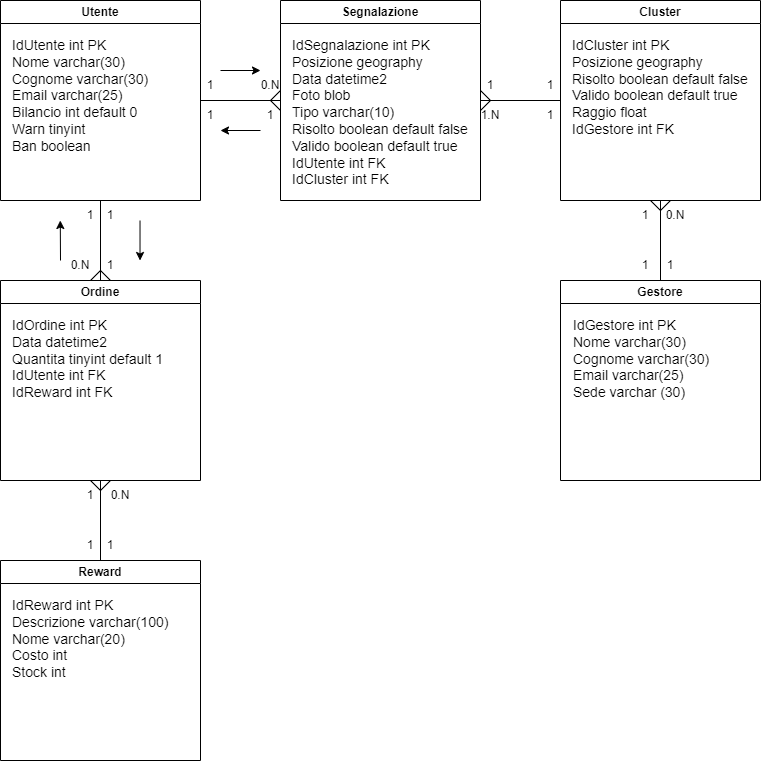
Above: Materiale Progettazione/DiagrammaER/ModelloER.png in Gruppo-IS44/Comune-Pulito-bead80e0 (draw.io), before the change. Source tidied: cells renumbered, new cells last; positions are measured from the earlier drawing's top-left corner, leaving out a move shared by most shapes.
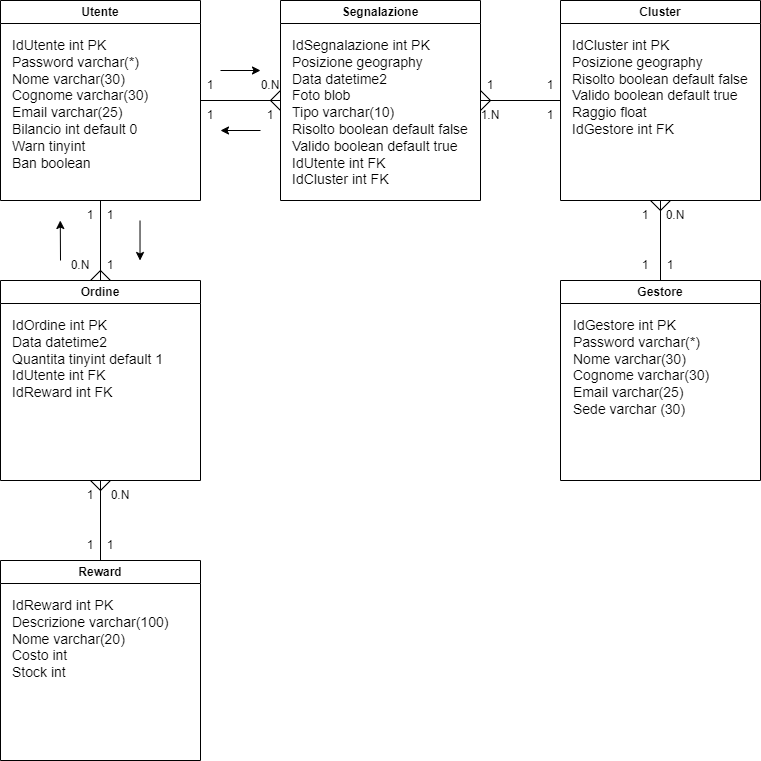
Later version of the same file.

Commit message:
Aggiunta password

What changed in the source:
```diff
@@ -5,7 +5,7 @@
     <mxCell id="2" value="Utente" style="swimlane;whiteSpace=wrap;html=1;" parent="1" vertex="1">
       <mxGeometry width="200" height="200" as="geometry" />
     </mxCell>
-    <mxCell id="3" value="&lt;font style=&quot;font-size: 14px;&quot;&gt;IdUtente int PK&lt;br&gt;Nome varchar(30)&lt;br&gt;Cognome varchar(30)&lt;br&gt;Email varchar(25)&lt;br&gt;Bilancio int default 0&lt;br&gt;Warn tinyint&lt;br&gt;Ban boolean&lt;br&gt;&lt;br&gt;&lt;/font&gt;" style="text;html=1;strokeColor=none;fillColor=none;align=left;verticalAlign=top;whiteSpace=wrap;rounded=0;" parent="2" vertex="1">
+    <mxCell id="3" value="&lt;font style=&quot;font-size: 14px;&quot;&gt;IdUtente int PK&lt;br&gt;Password varchar(*)&lt;br&gt;Nome varchar(30)&lt;br&gt;Cognome varchar(30)&lt;br&gt;Email varchar(25)&lt;br&gt;Bilancio int default 0&lt;br&gt;Warn tinyint&lt;br&gt;Ban boolean&lt;br&gt;&lt;br&gt;&lt;/font&gt;" style="text;html=1;strokeColor=none;fillColor=none;align=left;verticalAlign=top;whiteSpace=wrap;rounded=0;" parent="2" vertex="1">
       <mxGeometry x="10" y="30" width="180" height="160" as="geometry" />
     </mxCell>
     <mxCell id="4" value="Segnalazione" style="swimlane;whiteSpace=wrap;html=1;" parent="1" vertex="1">
@@ -41,7 +41,7 @@
     <mxCell id="14" value="Gestore" style="swimlane;whiteSpace=wrap;html=1;" parent="1" vertex="1">
       <mxGeometry x="560" y="280" width="200" height="200" as="geometry" />
     </mxCell>
-    <mxCell id="15" value="IdGestore int PK&lt;br&gt;Nome varchar(30)&lt;br&gt;Cognome varchar(30)&lt;br&gt;Email varchar(25)&lt;br&gt;Sede varchar (30)" style="text;html=1;strokeColor=none;fillColor=none;align=left;verticalAlign=top;whiteSpace=wrap;rounded=0;fontSize=14;" parent="14" vertex="1">
+    <mxCell id="15" value="IdGestore int PK&lt;br&gt;Password varchar(*)&lt;br&gt;Nome varchar(30)&lt;br&gt;Cognome varchar(30)&lt;br&gt;Email varchar(25)&lt;br&gt;Sede varchar (30)" style="text;html=1;strokeColor=none;fillColor=none;align=left;verticalAlign=top;whiteSpace=wrap;rounded=0;fontSize=14;" parent="14" vertex="1">
       <mxGeometry x="11" y="30" width="180" height="160" as="geometry" />
     </mxCell>
     <mxCell id="16" style="endArrow=none;html=1;rounded=0;fontSize=14;entryX=0.5;entryY=1;entryDx=0;entryDy=0;" parent="1" edge="1" target="10">
```
